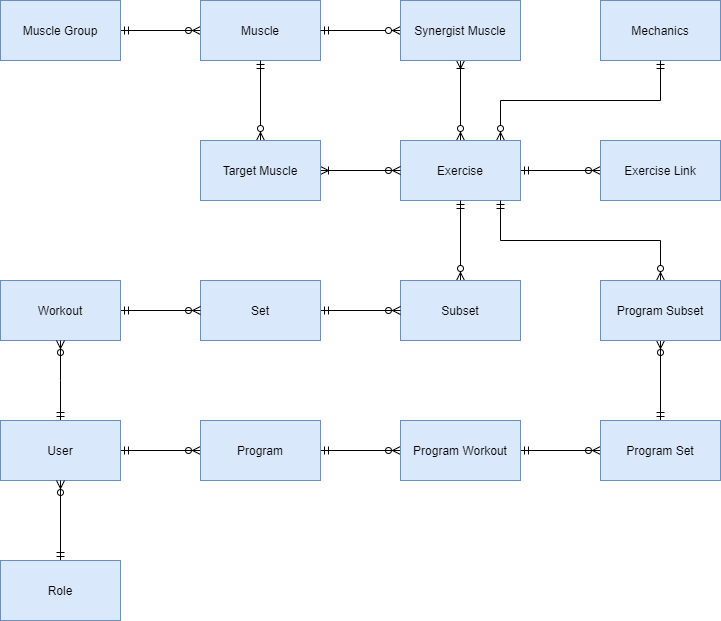
This is documentation/entities.png from toivjon/max-pondus, a draw.io export, as it was before one commit. Source tidied: cells renumbered, new cells last; positions are measured from the earlier drawing's top-left corner, leaving out a move shared by most shapes.
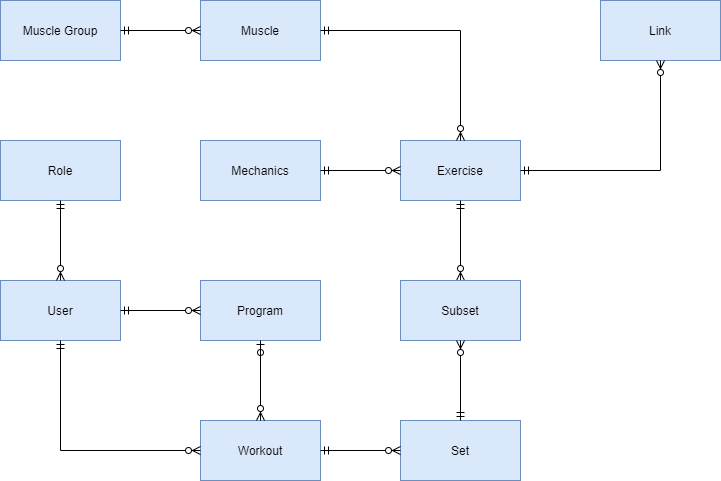
The same diagram one commit later.

Commit message:
Updated the entities diagram.

The edit, as a diff of the source:
```diff
@@ -2,9 +2,6 @@
   <root>
     <mxCell id="0" />
     <mxCell id="1" parent="0" />
-    <mxCell id="2" style="edgeStyle=orthogonalEdgeStyle;rounded=0;jettySize=auto;html=1;startArrow=ERmandOne;startFill=0;endArrow=ERzeroToMany;endFill=0;" parent="1" edge="1" source="3" target="4">
-      <mxGeometry relative="1" as="geometry" />
-    </mxCell>
     <mxCell id="3" value="Muscle Group" style="rounded=0;whiteSpace=wrap;html=1;fillColor=#dae8fc;strokeColor=#6c8ebf;" parent="1" vertex="1">
       <mxGeometry width="120" height="60" as="geometry" />
     </mxCell>
@@ -12,113 +9,72 @@
       <mxGeometry x="200" width="120" height="60" as="geometry" />
     </mxCell>
     <mxCell id="5" value="Mechanics" style="rounded=0;whiteSpace=wrap;html=1;fillColor=#dae8fc;strokeColor=#6c8ebf;" parent="1" vertex="1">
-      <mxGeometry x="600" width="120" height="60" as="geometry" />
+      <mxGeometry x="200" y="140" width="120" height="60" as="geometry" />
     </mxCell>
-    <mxCell id="6" style="edgeStyle=orthogonalEdgeStyle;rounded=0;jettySize=auto;html=1;startArrow=ERzeroToMany;startFill=1;endArrow=ERmandOne;endFill=0;" parent="1" edge="1" source="9" target="5">
-      <mxGeometry relative="1" as="geometry">
-        <Array as="points">
-          <mxPoint x="500" y="100" />
-          <mxPoint x="660" y="100" />
-        </Array>
-      </mxGeometry>
-    </mxCell>
-    <mxCell id="7" style="edgeStyle=orthogonalEdgeStyle;rounded=0;jettySize=auto;html=1;startArrow=ERmandOne;startFill=0;endArrow=ERzeroToMany;endFill=0;" parent="1" edge="1" source="9" target="10">
-      <mxGeometry relative="1" as="geometry">
-        <Array as="points">
-          <mxPoint x="660" y="180" />
-        </Array>
-      </mxGeometry>
-    </mxCell>
-    <mxCell id="8" style="edgeStyle=orthogonalEdgeStyle;rounded=0;jettySize=auto;html=1;startArrow=ERzeroToMany;startFill=1;endArrow=ERoneToMany;endFill=0;" parent="1" edge="1" source="9" target="15">
-      <mxGeometry relative="1" as="geometry" />
-    </mxCell>
     <mxCell id="9" value="Exercise" style="rounded=0;whiteSpace=wrap;html=1;fillColor=#dae8fc;strokeColor=#6c8ebf;" parent="1" vertex="1">
       <mxGeometry x="400" y="140" width="120" height="60" as="geometry" />
     </mxCell>
-    <mxCell id="10" value="Exercise Link" style="rounded=0;whiteSpace=wrap;html=1;fillColor=#dae8fc;strokeColor=#6c8ebf;" parent="1" vertex="1">
-      <mxGeometry x="600" y="140" width="120" height="60" as="geometry" />
+    <mxCell id="10" value="Link" style="rounded=0;whiteSpace=wrap;html=1;fillColor=#dae8fc;strokeColor=#6c8ebf;" parent="1" vertex="1">
+      <mxGeometry x="600" width="120" height="60" as="geometry" />
     </mxCell>
-    <mxCell id="11" style="edgeStyle=orthogonalEdgeStyle;rounded=0;jettySize=auto;html=1;startArrow=ERzeroToMany;startFill=1;endArrow=ERmandOne;endFill=0;" parent="1" edge="1" source="13" target="4">
-      <mxGeometry relative="1" as="geometry" />
-    </mxCell>
-    <mxCell id="12" style="edgeStyle=orthogonalEdgeStyle;rounded=0;jettySize=auto;html=1;startArrow=ERoneToMany;startFill=0;endArrow=ERzeroToMany;endFill=0;" parent="1" edge="1" source="13" target="9">
-      <mxGeometry relative="1" as="geometry" />
-    </mxCell>
-    <mxCell id="13" value="Target Muscle" style="rounded=0;whiteSpace=wrap;html=1;fillColor=#dae8fc;strokeColor=#6c8ebf;" parent="1" vertex="1">
-      <mxGeometry x="200" y="140" width="120" height="60" as="geometry" />
-    </mxCell>
-    <mxCell id="14" style="edgeStyle=orthogonalEdgeStyle;rounded=0;jettySize=auto;html=1;startArrow=ERzeroToMany;startFill=1;endArrow=ERmandOne;endFill=0;" parent="1" edge="1" source="15" target="4">
-      <mxGeometry relative="1" as="geometry" />
+    <mxCell id="14" style="edgeStyle=orthogonalEdgeStyle;rounded=0;jettySize=auto;html=1;startArrow=ERzeroToMany;startFill=1;endArrow=ERmandOne;endFill=0;" parent="1" edge="1" source="9" target="4">
+      <mxGeometry relative="1" as="geometry">
+        <Array as="points">
+          <mxPoint x="460" y="30" />
+        </Array>
+      </mxGeometry>
     </mxCell>
-    <mxCell id="15" value="Synergist Muscle" style="rounded=0;whiteSpace=wrap;html=1;fillColor=#dae8fc;strokeColor=#6c8ebf;" parent="1" vertex="1">
-      <mxGeometry x="400" width="120" height="60" as="geometry" />
-    </mxCell>
     <mxCell id="16" style="edgeStyle=orthogonalEdgeStyle;rounded=0;jettySize=auto;html=1;startArrow=ERzeroToMany;startFill=1;endArrow=ERmandOne;endFill=0;" parent="1" edge="1" source="17" target="9">
       <mxGeometry relative="1" as="geometry" />
     </mxCell>
     <mxCell id="17" value="Subset" style="rounded=0;whiteSpace=wrap;html=1;fillColor=#dae8fc;strokeColor=#6c8ebf;" parent="1" vertex="1">
       <mxGeometry x="400" y="280" width="120" height="60" as="geometry" />
     </mxCell>
-    <mxCell id="18" style="edgeStyle=orthogonalEdgeStyle;rounded=0;jettySize=auto;html=1;startArrow=ERmandOne;startFill=0;endArrow=ERzeroToMany;endFill=0;" parent="1" edge="1" source="19" target="17">
-      <mxGeometry relative="1" as="geometry" />
-    </mxCell>
     <mxCell id="19" value="Set" style="rounded=0;whiteSpace=wrap;html=1;fillColor=#dae8fc;strokeColor=#6c8ebf;" parent="1" vertex="1">
-      <mxGeometry x="200" y="280" width="120" height="60" as="geometry" />
+      <mxGeometry x="400" y="420" width="120" height="60" as="geometry" />
     </mxCell>
-    <mxCell id="20" style="edgeStyle=orthogonalEdgeStyle;rounded=0;jettySize=auto;html=1;startArrow=ERmandOne;startFill=0;endArrow=ERzeroToMany;endFill=0;" parent="1" edge="1" source="21" target="19">
-      <mxGeometry relative="1" as="geometry" />
-    </mxCell>
     <mxCell id="21" value="Workout" style="rounded=0;whiteSpace=wrap;html=1;fillColor=#dae8fc;strokeColor=#6c8ebf;" parent="1" vertex="1">
-      <mxGeometry y="280" width="120" height="60" as="geometry" />
+      <mxGeometry x="200" y="420" width="120" height="60" as="geometry" />
     </mxCell>
-    <mxCell id="22" style="edgeStyle=orthogonalEdgeStyle;rounded=0;jettySize=auto;html=1;startArrow=ERmandOne;startFill=0;endArrow=ERzeroToMany;endFill=0;" parent="1" edge="1" source="24" target="21">
-      <mxGeometry relative="1" as="geometry">
-        <Array as="points">
-          <mxPoint x="60" y="380" />
-          <mxPoint x="60" y="380" />
-        </Array>
-      </mxGeometry>
-    </mxCell>
-    <mxCell id="23" style="edgeStyle=orthogonalEdgeStyle;rounded=0;jettySize=auto;html=1;startArrow=ERmandOne;startFill=0;endArrow=ERzeroToMany;endFill=0;" parent="1" edge="1" source="24" target="28">
-      <mxGeometry relative="1" as="geometry" />
-    </mxCell>
     <mxCell id="24" value="User" style="rounded=0;whiteSpace=wrap;html=1;fillColor=#dae8fc;strokeColor=#6c8ebf;" parent="1" vertex="1">
-      <mxGeometry y="420" width="120" height="60" as="geometry" />
+      <mxGeometry y="280" width="120" height="60" as="geometry" />
     </mxCell>
-    <mxCell id="25" style="edgeStyle=orthogonalEdgeStyle;rounded=0;jettySize=auto;html=1;startArrow=ERmandOne;startFill=0;endArrow=ERzeroToMany;endFill=0;" parent="1" edge="1" source="26" target="24">
-      <mxGeometry relative="1" as="geometry" />
-    </mxCell>
     <mxCell id="26" value="Role" style="rounded=0;whiteSpace=wrap;html=1;fillColor=#dae8fc;strokeColor=#6c8ebf;" parent="1" vertex="1">
-      <mxGeometry y="560" width="120" height="60" as="geometry" />
+      <mxGeometry y="140" width="120" height="60" as="geometry" />
     </mxCell>
-    <mxCell id="27" style="edgeStyle=orthogonalEdgeStyle;rounded=0;jettySize=auto;html=1;startArrow=ERmandOne;startFill=0;endArrow=ERzeroToMany;endFill=0;" parent="1" edge="1" source="28" target="30">
-      <mxGeometry relative="1" as="geometry" />
-    </mxCell>
     <mxCell id="28" value="Program" style="rounded=0;whiteSpace=wrap;html=1;fillColor=#dae8fc;strokeColor=#6c8ebf;" parent="1" vertex="1">
-      <mxGeometry x="200" y="420" width="120" height="60" as="geometry" />
+      <mxGeometry x="200" y="280" width="120" height="60" as="geometry" />
     </mxCell>
-    <mxCell id="29" style="edgeStyle=orthogonalEdgeStyle;rounded=0;jettySize=auto;html=1;startArrow=ERmandOne;startFill=0;endArrow=ERzeroToMany;endFill=0;" parent="1" edge="1" source="30" target="32">
-      <mxGeometry relative="1" as="geometry" />
-    </mxCell>
-    <mxCell id="30" value="Program Workout" style="rounded=0;whiteSpace=wrap;html=1;fillColor=#dae8fc;strokeColor=#6c8ebf;" parent="1" vertex="1">
-      <mxGeometry x="400" y="420" width="120" height="60" as="geometry" />
-    </mxCell>
-    <mxCell id="31" style="edgeStyle=orthogonalEdgeStyle;rounded=0;jettySize=auto;html=1;startArrow=ERmandOne;startFill=0;endArrow=ERzeroToMany;endFill=0;" parent="1" edge="1" source="32" target="34">
-      <mxGeometry relative="1" as="geometry" />
-    </mxCell>
-    <mxCell id="32" value="Program Set" style="rounded=0;whiteSpace=wrap;html=1;fillColor=#dae8fc;strokeColor=#6c8ebf;" parent="1" vertex="1">
-      <mxGeometry x="600" y="420" width="120" height="60" as="geometry" />
-    </mxCell>
-    <mxCell id="33" style="edgeStyle=orthogonalEdgeStyle;rounded=0;jettySize=auto;html=1;startArrow=ERzeroToMany;startFill=1;endArrow=ERmandOne;endFill=0;" parent="1" edge="1" source="34" target="9">
-      <mxGeometry relative="1" as="geometry">
-        <Array as="points">
-          <mxPoint x="660" y="240" />
-          <mxPoint x="500" y="240" />
-        </Array>
-      </mxGeometry>
-    </mxCell>
-    <mxCell id="34" value="Program Subset" style="rounded=0;whiteSpace=wrap;html=1;fillColor=#dae8fc;strokeColor=#6c8ebf;" parent="1" vertex="1">
-      <mxGeometry x="600" y="280" width="120" height="60" as="geometry" />
-    </mxCell>
+    <mxCell id="6" style="edgeStyle=orthogonalEdgeStyle;rounded=0;jettySize=auto;html=1;startArrow=ERzeroToMany;startFill=1;endArrow=ERmandOne;endFill=0;" parent="1" edge="1" source="9" target="5">
+      <mxGeometry relative="1" as="geometry" />
+    </mxCell>
+    <mxCell id="35" style="edgeStyle=orthogonalEdgeStyle;rounded=0;jettySize=auto;html=1;startArrow=ERzeroToMany;startFill=1;endArrow=ERmandOne;endFill=0;" parent="1" edge="1" source="4" target="3">
+      <mxGeometry relative="1" as="geometry" />
+    </mxCell>
+    <mxCell id="36" style="edgeStyle=orthogonalEdgeStyle;rounded=0;jettySize=auto;html=1;startArrow=ERzeroToMany;startFill=1;endArrow=ERmandOne;endFill=0;" parent="1" edge="1" source="10" target="9">
+      <mxGeometry relative="1" as="geometry">
+        <Array as="points">
+          <mxPoint x="660" y="170" />
+        </Array>
+      </mxGeometry>
+    </mxCell>
+    <mxCell id="37" style="edgeStyle=orthogonalEdgeStyle;rounded=0;jettySize=auto;html=1;startArrow=ERzeroToMany;startFill=1;endArrow=ERmandOne;endFill=0;" parent="1" edge="1" source="19" target="21">
+      <mxGeometry relative="1" as="geometry" />
+    </mxCell>
+    <mxCell id="38" style="edgeStyle=orthogonalEdgeStyle;rounded=0;jettySize=auto;html=1;startArrow=ERzeroToMany;startFill=1;endArrow=ERmandOne;endFill=0;" parent="1" edge="1" source="17" target="19">
+      <mxGeometry relative="1" as="geometry" />
+    </mxCell>
+    <mxCell id="39" style="edgeStyle=orthogonalEdgeStyle;rounded=0;jettySize=auto;html=1;startArrow=ERzeroToMany;startFill=1;endArrow=ERmandOne;endFill=0;" parent="1" edge="1" source="24" target="26">
+      <mxGeometry relative="1" as="geometry" />
+    </mxCell>
+    <mxCell id="40" style="edgeStyle=orthogonalEdgeStyle;rounded=0;jettySize=auto;html=1;startArrow=ERzeroToMany;startFill=1;endArrow=ERmandOne;endFill=0;" parent="1" edge="1" source="28" target="24">
+      <mxGeometry relative="1" as="geometry" />
+    </mxCell>
+    <mxCell id="41" style="edgeStyle=orthogonalEdgeStyle;rounded=0;jettySize=auto;html=1;startArrow=ERzeroToMany;startFill=1;endArrow=ERmandOne;endFill=0;" parent="1" edge="1" source="21" target="24">
+      <mxGeometry relative="1" as="geometry" />
+    </mxCell>
+    <mxCell id="42" style="edgeStyle=orthogonalEdgeStyle;rounded=0;jettySize=auto;html=1;startArrow=ERzeroToMany;startFill=1;endArrow=ERzeroToOne;endFill=0;" parent="1" edge="1" source="21" target="28">
+      <mxGeometry relative="1" as="geometry" />
+    </mxCell>
   </root>
 </mxGraphModel>
```
